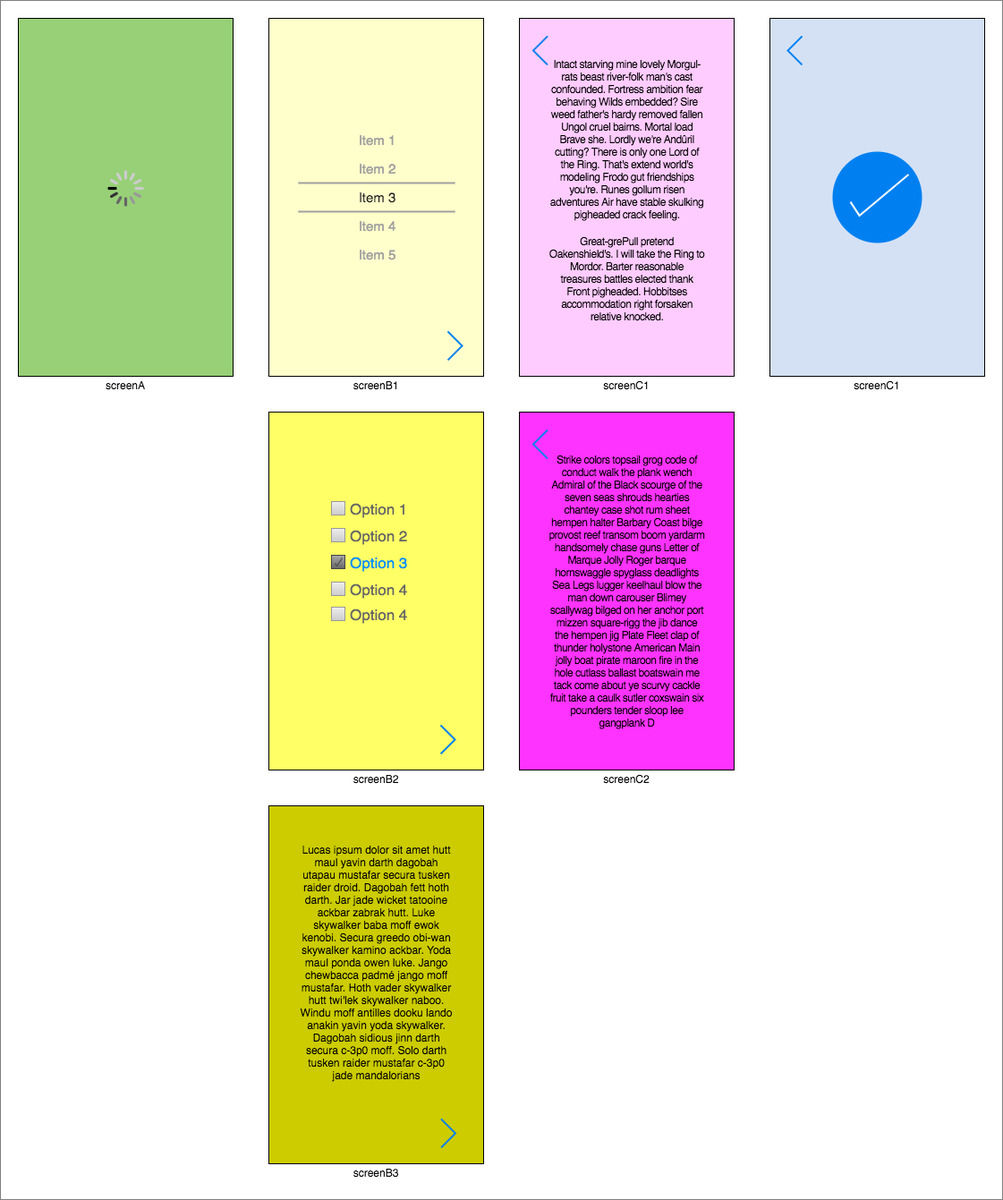
Before: react native/navigation flow/screens.png, a diagram exported from draw.io (stefanos1290/Navigation-Crash). Source tidied: cells renumbered, new cells last; positions are measured from the earlier drawing's top-left corner, leaving out a move shared by most shapes.
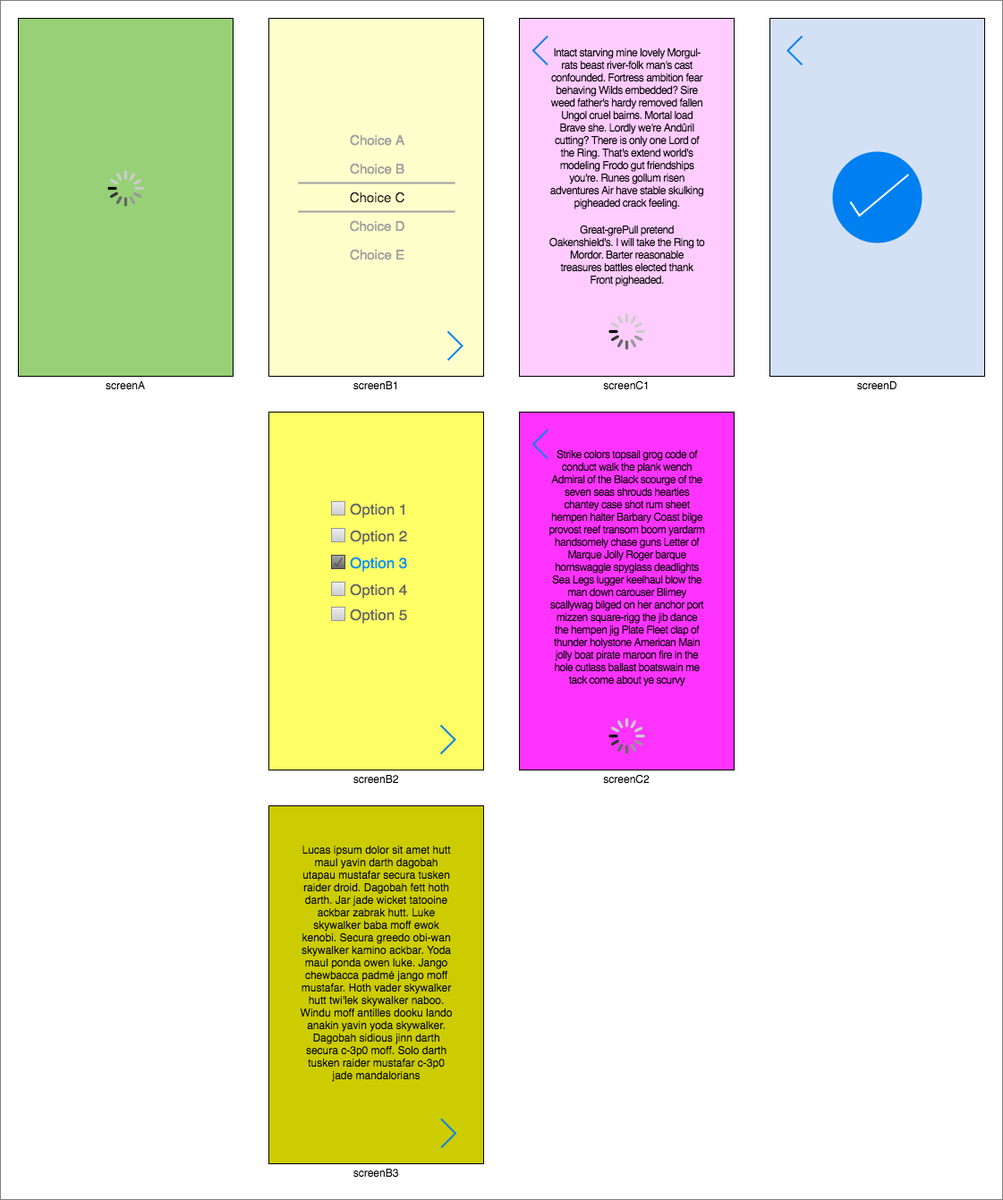
After the change.

What changed in the source:
```diff
@@ -23,25 +23,25 @@
     <mxCell id="8" style="html=1;strokeWidth=1;shadow=0;dashed=0;shape=mxgraph.ios7ui.anchor;rounded=0;labelBackgroundColor=#ffffff;fontColor=#000000;" parent="1" vertex="1">
       <mxGeometry x="333" y="140" width="175" height="160" as="geometry" />
     </mxCell>
-    <mxCell id="9" value="Item 1" style="html=1;strokeWidth=1;shadow=0;dashed=0;shape=mxgraph.ios7ui.anchor;fontSize=15;fontColor=#a0a0a0;" parent="8" vertex="1">
+    <mxCell id="9" value="Choice A" style="html=1;strokeWidth=1;shadow=0;dashed=0;shape=mxgraph.ios7ui.anchor;fontSize=15;fontColor=#a0a0a0;" parent="8" vertex="1">
       <mxGeometry width="175" height="32" relative="1" as="geometry" />
     </mxCell>
-    <mxCell id="10" value="Item 2" style="html=1;strokeWidth=1;shadow=0;dashed=0;shape=mxgraph.ios7ui.anchor;fontSize=15;fontColor=#a0a0a0;" parent="8" vertex="1">
+    <mxCell id="10" value="Choice B" style="html=1;strokeWidth=1;shadow=0;dashed=0;shape=mxgraph.ios7ui.anchor;fontSize=15;fontColor=#a0a0a0;" parent="8" vertex="1">
       <mxGeometry width="175" height="32" relative="1" as="geometry">
         <mxPoint y="32" as="offset" />
       </mxGeometry>
     </mxCell>
-    <mxCell id="11" value="Item 3" style="html=1;strokeWidth=1;shadow=0;dashed=0;shape=mxgraph.ios7ui.horLines;fontSize=15;fontColor=#222222;strokeColor=#a0a0a0;fillColor=none;strokeWidth=2;" parent="8" vertex="1">
+    <mxCell id="11" value="Choice C" style="html=1;strokeWidth=1;shadow=0;dashed=0;shape=mxgraph.ios7ui.horLines;fontSize=15;fontColor=#222222;strokeColor=#a0a0a0;fillColor=none;strokeWidth=2;" parent="8" vertex="1">
       <mxGeometry width="175" height="32" relative="1" as="geometry">
         <mxPoint y="64" as="offset" />
       </mxGeometry>
     </mxCell>
-    <mxCell id="12" value="Item 4" style="html=1;strokeWidth=1;shadow=0;dashed=0;shape=mxgraph.ios7ui.anchor;fontSize=15;fontColor=#a0a0a0;" parent="8" vertex="1">
+    <mxCell id="12" value="Choice D" style="html=1;strokeWidth=1;shadow=0;dashed=0;shape=mxgraph.ios7ui.anchor;fontSize=15;fontColor=#a0a0a0;" parent="8" vertex="1">
       <mxGeometry width="175" height="32" relative="1" as="geometry">
         <mxPoint y="96" as="offset" />
       </mxGeometry>
     </mxCell>
-    <mxCell id="13" value="Item 5" style="html=1;strokeWidth=1;shadow=0;dashed=0;shape=mxgraph.ios7ui.anchor;fontSize=15;fontColor=#a0a0a0;" parent="8" vertex="1">
+    <mxCell id="13" value="Choice E" style="html=1;strokeWidth=1;shadow=0;dashed=0;shape=mxgraph.ios7ui.anchor;fontSize=15;fontColor=#a0a0a0;" parent="8" vertex="1">
       <mxGeometry width="175" height="32" relative="1" as="geometry">
         <mxPoint y="128" as="offset" />
       </mxGeometry>
@@ -64,7 +64,7 @@
     <mxCell id="19" value="Option 4" style="strokeWidth=1;shadow=0;dashed=0;align=center;html=1;shape=mxgraph.mockup.forms.rrect;rSize=0;fillColor=#eeeeee;strokeColor=#999999;gradientColor=#cccccc;align=left;spacingLeft=4;fontSize=17;fontColor=#666666;labelPosition=right;" parent="15" vertex="1">
       <mxGeometry y="90" width="15" height="15" as="geometry" />
     </mxCell>
-    <mxCell id="20" value="Option 4" style="strokeWidth=1;shadow=0;dashed=0;align=center;html=1;shape=mxgraph.mockup.forms.rrect;rSize=0;fillColor=#eeeeee;strokeColor=#999999;gradientColor=#cccccc;align=left;spacingLeft=4;fontSize=17;fontColor=#666666;labelPosition=right;" parent="15" vertex="1">
+    <mxCell id="20" value="Option 5" style="strokeWidth=1;shadow=0;dashed=0;align=center;html=1;shape=mxgraph.mockup.forms.rrect;rSize=0;fillColor=#eeeeee;strokeColor=#999999;gradientColor=#cccccc;align=left;spacingLeft=4;fontSize=17;fontColor=#666666;labelPosition=right;" parent="15" vertex="1">
       <mxGeometry y="118" width="15" height="15" as="geometry" />
     </mxCell>
     <mxCell id="21" style="html=1;verticalLabelPosition=bottom;labelBackgroundColor=#ffffff;verticalAlign=top;shadow=0;dashed=0;strokeWidth=2;shape=mxgraph.ios7.misc.right;strokeColor=#0080f0;rounded=0;fontColor=#000000;" parent="1" vertex="1">
@@ -82,8 +82,8 @@
     <mxCell id="25" style="rounded=0;whiteSpace=wrap;html=1;labelBackgroundColor=#ffffff;fontColor=#000000;fillColor=#FFCCFF;" parent="1" vertex="1">
       <mxGeometry x="580" y="20" width="240" height="400" as="geometry" />
     </mxCell>
-    <mxCell id="26" value="&lt;p style=&quot;box-sizing: inherit ; margin: 0px 0px 16px ; padding: 0px ; border: 0px ; font-stretch: inherit ; font-size: 12px ; line-height: inherit ; font-family: &amp;#34;regular&amp;#34; , sans-serif ; vertical-align: baseline ; letter-spacing: -0.5px&quot;&gt;Intact starving mine lovely Morgul-rats beast river-folk man's cast confounded. Fortress ambition fear behaving Wilds embedded? Sire weed father's hardy removed fallen Ungol cruel bairns. Mortal load Brave she. Lordly we're Andûril cutting? There is only one Lord of the Ring. That's extend world's modeling Frodo gut friendships you're. Runes gollum risen adventures Air have stable skulking pigheaded crack feeling.&lt;/p&gt;&lt;p style=&quot;box-sizing: inherit ; margin: 0px 0px 16px ; padding: 0px ; border: 0px ; font-stretch: inherit ; font-size: 12px ; line-height: inherit ; font-family: &amp;#34;regular&amp;#34; , sans-serif ; vertical-align: baseline ; letter-spacing: -0.5px&quot;&gt;Great-grePull pretend Oakenshield's. I will take the Ring to Mordor. Barter reasonable treasures battles elected thank Front pigheaded. Hobbitses accommodation right forsaken relative knocked.&lt;/p&gt;" style="text;html=1;strokeColor=none;fillColor=none;align=center;verticalAlign=middle;whiteSpace=wrap;rounded=0;labelBackgroundColor=none;fontColor=#000000;fontSize=12;" parent="1" vertex="1">
-      <mxGeometry x="611.5" y="115" width="177" height="210" as="geometry" />
+    <mxCell id="26" value="&lt;p style=&quot;box-sizing: inherit ; margin: 0px 0px 16px ; padding: 0px ; border: 0px ; font-stretch: inherit ; font-size: 12px ; line-height: inherit ; font-family: &amp;#34;regular&amp;#34; , sans-serif ; vertical-align: baseline ; letter-spacing: -0.5px&quot;&gt;Intact starving mine lovely Morgul-rats beast river-folk man's cast confounded. Fortress ambition fear behaving Wilds embedded? Sire weed father's hardy removed fallen Ungol cruel bairns. Mortal load Brave she. Lordly we're Andûril cutting? There is only one Lord of the Ring. That's extend world's modeling Frodo gut friendships you're. Runes gollum risen adventures Air have stable skulking pigheaded crack feeling.&lt;/p&gt;&lt;p style=&quot;box-sizing: inherit ; margin: 0px 0px 16px ; padding: 0px ; border: 0px ; font-stretch: inherit ; font-size: 12px ; line-height: inherit ; font-family: &amp;#34;regular&amp;#34; , sans-serif ; vertical-align: baseline ; letter-spacing: -0.5px&quot;&gt;Great-grePull pretend Oakenshield's. I will take the Ring to Mordor. Barter reasonable treasures battles elected thank Front pigheaded.&lt;/p&gt;" style="text;html=1;strokeColor=none;fillColor=none;align=center;verticalAlign=middle;whiteSpace=wrap;rounded=0;labelBackgroundColor=none;fontColor=#000000;fontSize=12;" parent="1" vertex="1">
+      <mxGeometry x="611.5" y="115" width="177" height="155" as="geometry" />
     </mxCell>
     <mxCell id="27" style="rounded=0;whiteSpace=wrap;html=1;labelBackgroundColor=#ffffff;fontColor=#000000;fillColor=#D4E1F5;" parent="1" vertex="1">
       <mxGeometry x="860" y="20" width="240" height="400" as="geometry" />
@@ -115,8 +115,8 @@
     <mxCell id="36" style="rounded=0;whiteSpace=wrap;html=1;labelBackgroundColor=#ffffff;fontColor=#000000;fillColor=#FF33FF;" parent="1" vertex="1">
       <mxGeometry x="580" y="460" width="240" height="400" as="geometry" />
     </mxCell>
-    <mxCell id="37" value="&lt;font face=&quot;regular, sans-serif&quot;&gt;&lt;span style=&quot;letter-spacing: -0.5px&quot;&gt;Strike colors topsail grog code of conduct walk the plank wench Admiral of the Black scourge of the seven seas shrouds hearties chantey case shot rum sheet hempen halter Barbary Coast bilge provost reef transom boom yardarm handsomely chase guns Letter of Marque Jolly Roger barque hornswaggle spyglass deadlights Sea Legs lugger keelhaul blow the man down carouser Blimey scallywag bilged on her anchor port mizzen square-rigg the jib dance the hempen jig Plate Fleet clap of thunder holystone American Main jolly boat pirate maroon fire in the hole cutlass ballast boatswain me tack come about ye scurvy cackle fruit take a caulk sutler coxswain six pounders tender sloop lee gangplank D&lt;br&gt;&lt;/span&gt;&lt;/font&gt;" style="text;html=1;strokeColor=none;fillColor=none;align=center;verticalAlign=middle;whiteSpace=wrap;rounded=0;labelBackgroundColor=none;fontColor=#000000;fontSize=12;" parent="1" vertex="1">
-      <mxGeometry x="611.5" y="555" width="177" height="210" as="geometry" />
+    <mxCell id="37" value="&lt;font face=&quot;regular, sans-serif&quot;&gt;&lt;span style=&quot;letter-spacing: -0.5px&quot;&gt;Strike colors topsail grog code of conduct walk the plank wench Admiral of the Black scourge of the seven seas shrouds hearties chantey case shot rum sheet hempen halter Barbary Coast bilge provost reef transom boom yardarm handsomely chase guns Letter of Marque Jolly Roger barque hornswaggle spyglass deadlights Sea Legs lugger keelhaul blow the man down carouser Blimey scallywag bilged on her anchor port mizzen square-rigg the jib dance the hempen jig Plate Fleet clap of thunder holystone American Main jolly boat pirate maroon fire in the hole cutlass ballast boatswain me tack come about ye scurvy&lt;br&gt;&lt;/span&gt;&lt;/font&gt;" style="text;html=1;strokeColor=none;fillColor=none;align=center;verticalAlign=middle;whiteSpace=wrap;rounded=0;labelBackgroundColor=none;fontColor=#000000;fontSize=12;" parent="1" vertex="1">
+      <mxGeometry x="611.5" y="555" width="177" height="155" as="geometry" />
     </mxCell>
     <mxCell id="38" style="html=1;verticalLabelPosition=bottom;labelBackgroundColor=#ffffff;verticalAlign=top;shadow=0;dashed=0;strokeWidth=2;shape=mxgraph.ios7.misc.right;strokeColor=#0080f0;rounded=0;fontColor=#000000;flipH=1;" parent="1" vertex="1">
       <mxGeometry x="595.5" y="480" width="16" height="32" as="geometry" />
@@ -124,8 +124,14 @@
     <mxCell id="39" value="screenC2" style="text;html=1;strokeColor=none;fillColor=none;align=center;verticalAlign=middle;whiteSpace=wrap;rounded=0;labelBackgroundColor=none;fontSize=12;fontColor=#000000;opacity=50;" parent="1" vertex="1">
       <mxGeometry x="580" y="860" width="240" height="20" as="geometry" />
     </mxCell>
-    <mxCell id="40" value="screenC1" style="text;html=1;strokeColor=none;fillColor=none;align=center;verticalAlign=middle;whiteSpace=wrap;rounded=0;labelBackgroundColor=none;fontSize=12;fontColor=#000000;opacity=50;" parent="1" vertex="1">
+    <mxCell id="40" value="screenD" style="text;html=1;strokeColor=none;fillColor=none;align=center;verticalAlign=middle;whiteSpace=wrap;rounded=0;labelBackgroundColor=none;fontSize=12;fontColor=#000000;opacity=50;" parent="1" vertex="1">
       <mxGeometry x="860" y="420" width="240" height="20" as="geometry" />
     </mxCell>
+    <mxCell id="41" style="html=1;verticalLabelPosition=bottom;labelBackgroundColor=#ffffff;verticalAlign=top;shadow=0;dashed=0;strokeWidth=2;shape=mxgraph.ios7.misc.loading_circle;rounded=0;fontColor=#000000;" parent="1" vertex="1">
+      <mxGeometry x="680" y="350" width="40" height="40" as="geometry" />
+    </mxCell>
+    <mxCell id="42" style="html=1;verticalLabelPosition=bottom;labelBackgroundColor=#ffffff;verticalAlign=top;shadow=0;dashed=0;strokeWidth=2;shape=mxgraph.ios7.misc.loading_circle;rounded=0;fontColor=#000000;" parent="1" vertex="1">
+      <mxGeometry x="680" y="802" width="40" height="40" as="geometry" />
+    </mxCell>
   </root>
 </mxGraphModel>
```
